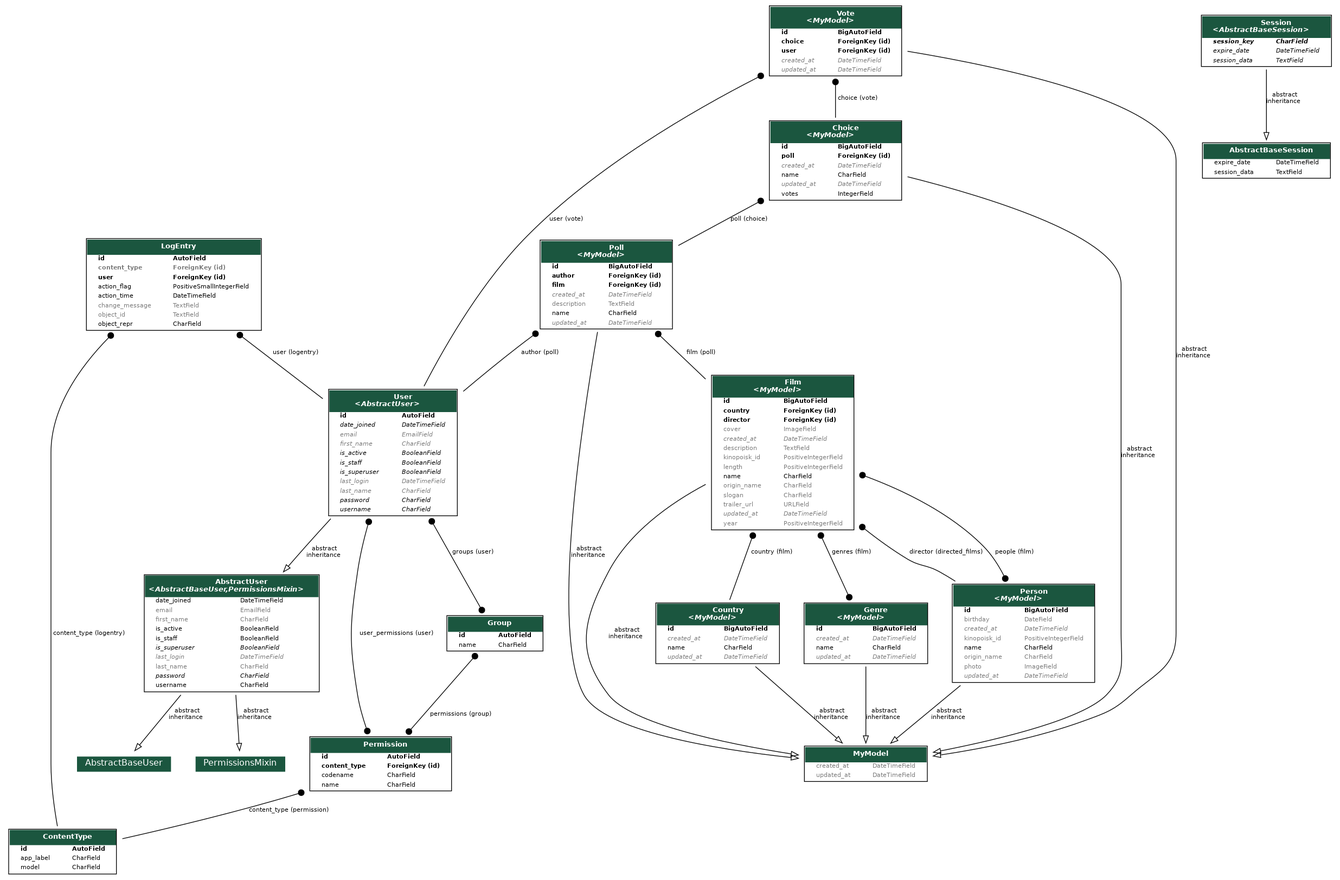
The Graphviz diagram myapp_models.png in JktuJQ/MovieCatalog, before a commit. Its source is kept beside it as myapp_models.dot.
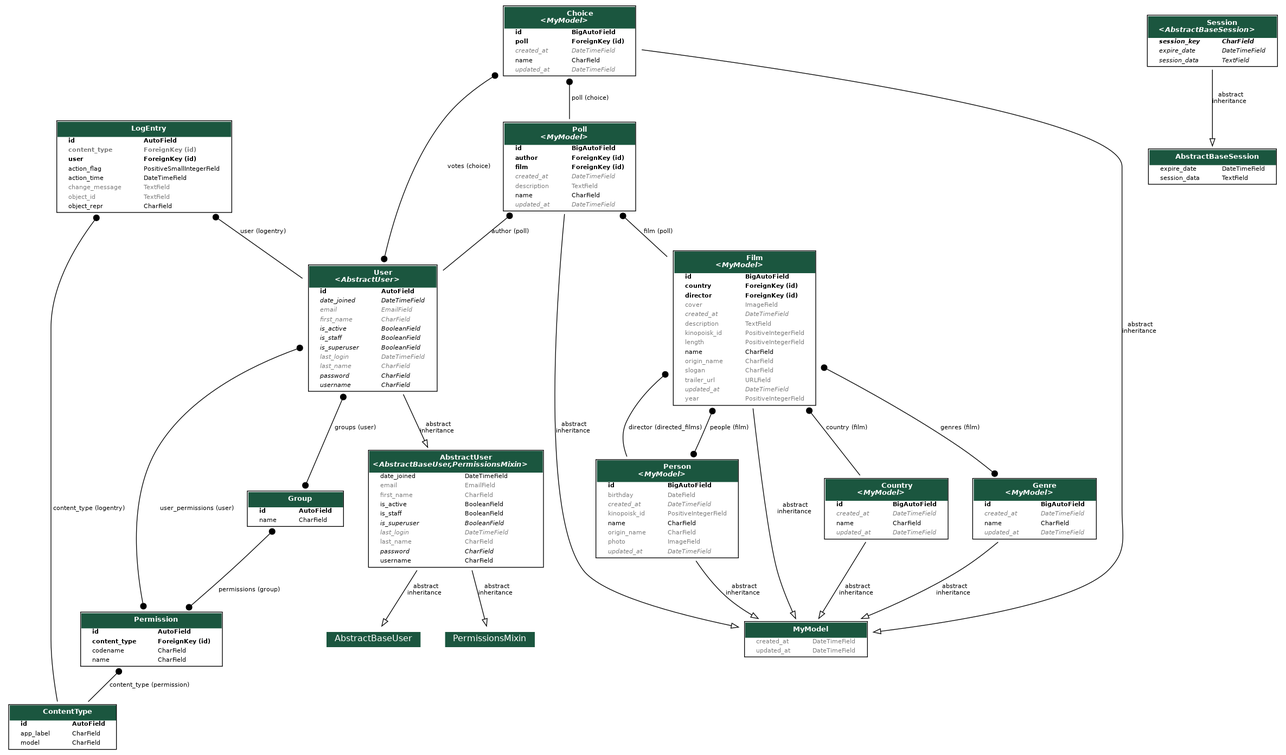
The same file after the commit.

Commit message:
Removed `Vote` model and replaced it with `Many-to-Many` relation

The edit, as a diff of the source:
```diff
@@ -891,64 +891,6 @@
     <FONT FACE="Roboto">name</FONT>
     </TD><TD ALIGN="LEFT">
     <FONT FACE="Roboto">CharField</FONT>
-    </TD></TR>
-
-
-
-    <TR><TD ALIGN="LEFT" BORDER="0">
-    <FONT COLOR="#7B7B7B" FACE="Roboto"><I>updated_at</I></FONT>
-    </TD><TD ALIGN="LEFT">
-    <FONT COLOR="#7B7B7B" FACE="Roboto"><I>DateTimeField</I></FONT>
-    </TD></TR>
-
-
-
-    <TR><TD ALIGN="LEFT" BORDER="0">
-    <FONT FACE="Roboto">votes</FONT>
-    </TD><TD ALIGN="LEFT">
-    <FONT FACE="Roboto">IntegerField</FONT>
-    </TD></TR>
-
-
-    </TABLE>
-    >]
-
-  polls_models_Vote [label=<
-    <TABLE BGCOLOR="white" BORDER="1" CELLBORDER="0" CELLSPACING="0">
-    <TR><TD COLSPAN="2" CELLPADDING="5" ALIGN="CENTER" BGCOLOR="#1b563f">
-    <FONT FACE="Roboto" COLOR="white" POINT-SIZE="10"><B>
-    Vote<BR/>&lt;<FONT FACE="Roboto"><I>MyModel</I></FONT>&gt;
-    </B></FONT></TD></TR>
-
-
-    <TR><TD ALIGN="LEFT" BORDER="0">
-    <FONT FACE="Roboto"><B>id</B></FONT>
-    </TD><TD ALIGN="LEFT">
-    <FONT FACE="Roboto"><B>BigAutoField</B></FONT>
-    </TD></TR>
-
-
-
-    <TR><TD ALIGN="LEFT" BORDER="0">
-    <FONT FACE="Roboto"><B>choice</B></FONT>
-    </TD><TD ALIGN="LEFT">
-    <FONT FACE="Roboto"><B>ForeignKey (id)</B></FONT>
-    </TD></TR>
-
-
-
-    <TR><TD ALIGN="LEFT" BORDER="0">
-    <FONT FACE="Roboto"><B>user</B></FONT>
-    </TD><TD ALIGN="LEFT">
-    <FONT FACE="Roboto"><B>ForeignKey (id)</B></FONT>
-    </TD></TR>
-
-
-
-    <TR><TD ALIGN="LEFT" BORDER="0">
-    <FONT COLOR="#7B7B7B" FACE="Roboto"><I>created_at</I></FONT>
-    </TD><TD ALIGN="LEFT">
-    <FONT COLOR="#7B7B7B" FACE="Roboto"><I>DateTimeField</I></FONT>
     </TD></TR>
 
 
@@ -1050,17 +992,11 @@
   polls_models_Choice -> polls_models_Poll
   [label=" poll (choice)"] [arrowhead=none, arrowtail=dot, dir=both];
 
+  polls_models_Choice -> django_contrib_auth_models_User
+  [label=" votes (choice)"] [arrowhead=dot arrowtail=dot, dir=both];
+
   polls_models_Choice -> films_models_MyModel
   [label=" abstract\ninheritance"] [arrowhead=empty, arrowtail=none, dir=both];
 
-  polls_models_Vote -> django_contrib_auth_models_User
-  [label=" user (vote)"] [arrowhead=none, arrowtail=dot, dir=both];
-
-  polls_models_Vote -> polls_models_Choice
-  [label=" choice (vote)"] [arrowhead=none, arrowtail=dot, dir=both];
-
-  polls_models_Vote -> films_models_MyModel
-  [label=" abstract\ninheritance"] [arrowhead=empty, arrowtail=none, dir=both];
-
 
 }
```
